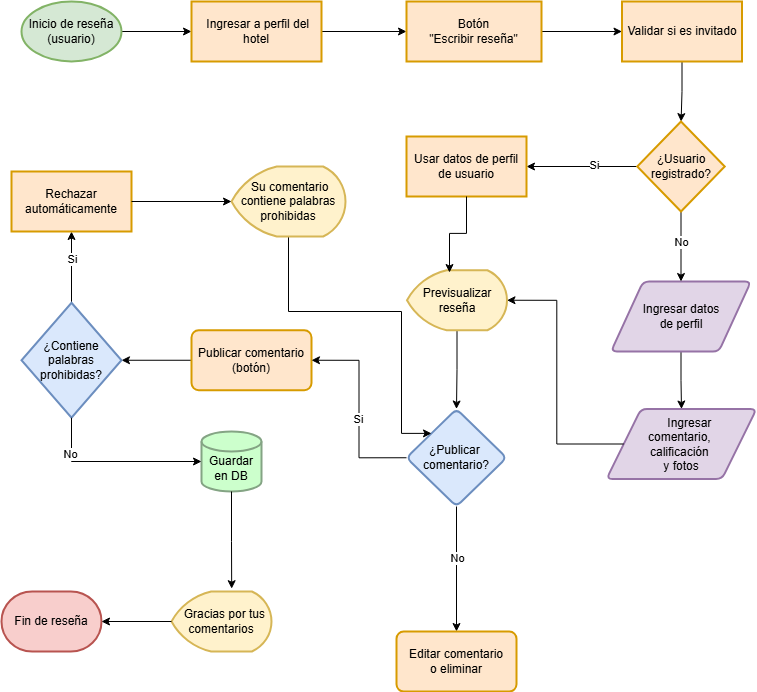
This is Flujograma de reseñas.png from DjGuetta/App-Hotel-Management, a draw.io export, as it was before one commit. Source tidied: cells renumbered, new cells last; positions are measured from the earlier drawing's top-left corner, leaving out a move shared by most shapes.
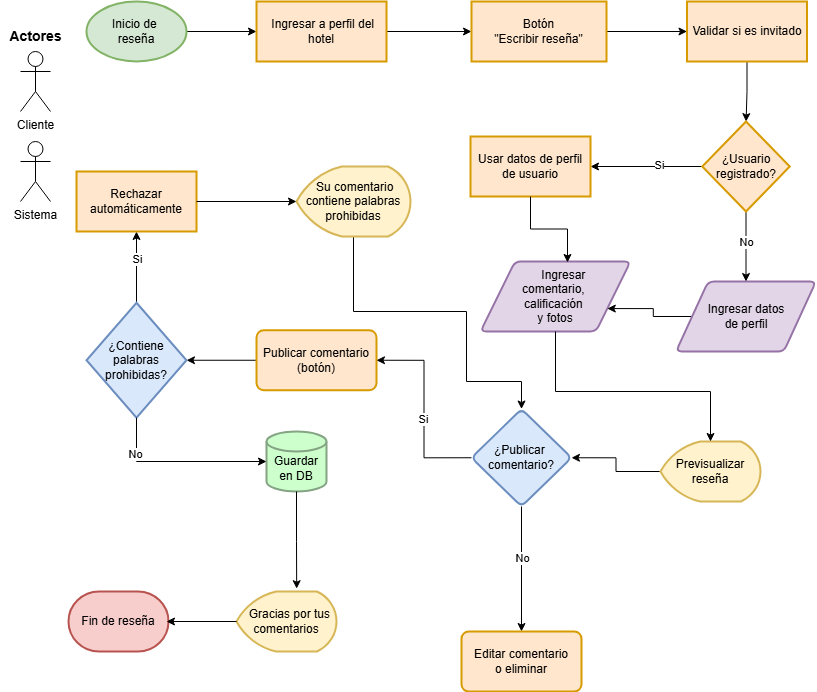
The same file after the commit.

Commit message:
Adicción de actores y corrección de errores con proceso posterior a datos de usuario

What changed in the source:
```diff
@@ -5,7 +5,7 @@
     <mxCell id="2" style="edgeStyle=orthogonalEdgeStyle;rounded=0;jettySize=auto;html=1;" parent="1" edge="1" source="3" target="5">
       <mxGeometry relative="1" as="geometry" />
     </mxCell>
-    <mxCell id="3" value="Inicio de reseña&lt;div&gt;(usuario)&lt;/div&gt;" style="strokeWidth=2;html=1;shape=mxgraph.flowchart.start_1;whiteSpace=wrap;fillColor=#d5e8d4;strokeColor=#82b366;" parent="1" vertex="1">
+    <mxCell id="3" value="Inicio de&amp;nbsp;&lt;div&gt;reseña&lt;/div&gt;" style="strokeWidth=2;html=1;shape=mxgraph.flowchart.start_1;whiteSpace=wrap;fillColor=#d5e8d4;strokeColor=#82b366;" parent="1" vertex="1">
       <mxGeometry x="20" width="100" height="60" as="geometry" />
     </mxCell>
     <mxCell id="4" style="edgeStyle=orthogonalEdgeStyle;rounded=0;jettySize=auto;html=1;" parent="1" edge="1" source="5" target="7">
@@ -21,9 +21,9 @@
       <mxGeometry x="405" width="135" height="60" as="geometry" />
     </mxCell>
     <mxCell id="8" value="&amp;nbsp; &amp;nbsp; &amp;nbsp; Ingresar&amp;nbsp;&lt;div&gt;comentario,&amp;nbsp;&lt;div&gt;&lt;span style=&quot;background-color: transparent; color: light-dark(rgb(0, 0, 0), rgb(255, 255, 255));&quot;&gt;calificación&amp;nbsp;&lt;/span&gt;&lt;/div&gt;&lt;div&gt;&lt;span style=&quot;background-color: transparent; color: light-dark(rgb(0, 0, 0), rgb(255, 255, 255));&quot;&gt;y fotos&lt;/span&gt;&lt;/div&gt;&lt;/div&gt;" style="shape=parallelogram;html=1;strokeWidth=2;perimeter=parallelogramPerimeter;whiteSpace=wrap;rounded=1;arcSize=12;size=0.23;fillColor=#e1d5e7;strokeColor=#9673a6;" parent="1" vertex="1">
-      <mxGeometry x="605" y="407.5" width="150" height="70" as="geometry" />
+      <mxGeometry x="414" y="260" width="150" height="70" as="geometry" />
     </mxCell>
-    <mxCell id="9" style="edgeStyle=orthogonalEdgeStyle;rounded=0;jettySize=auto;html=1;" parent="1" edge="1" source="10" target="8">
+    <mxCell id="9" style="edgeStyle=orthogonalEdgeStyle;rounded=0;jettySize=auto;html=1;exitX=0;exitY=0.5;exitDx=0;exitDy=0;entryX=1;entryY=0.75;entryDx=0;entryDy=0;" parent="1" edge="1" source="10" target="8">
       <mxGeometry relative="1" as="geometry" />
     </mxCell>
     <mxCell id="10" value="&amp;nbsp;Ingresar datos&amp;nbsp;&lt;div&gt;de perfil&lt;br&gt;&lt;/div&gt;" style="shape=parallelogram;html=1;strokeWidth=2;perimeter=parallelogramPerimeter;whiteSpace=wrap;rounded=1;arcSize=12;size=0.23;fillColor=#e1d5e7;strokeColor=#9673a6;" parent="1" vertex="1">
@@ -57,20 +57,22 @@
     <mxCell id="18" value="Editar comentario&lt;div&gt;o eliminar&lt;/div&gt;" style="whiteSpace=wrap;html=1;strokeWidth=2;rounded=1;arcSize=12;fillColor=#ffe6cc;strokeColor=#d79b00;" parent="1" vertex="1">
       <mxGeometry x="395" y="630" width="120" height="60" as="geometry" />
     </mxCell>
-    <mxCell id="19" style="edgeStyle=orthogonalEdgeStyle;rounded=0;jettySize=auto;html=1;exitX=0.5;exitY=1;exitDx=0;exitDy=0;exitPerimeter=0;entryX=0.5;entryY=0;entryDx=0;entryDy=0;" parent="1" edge="1" source="20" target="17">
+    <mxCell id="19" style="edgeStyle=orthogonalEdgeStyle;rounded=0;jettySize=auto;html=1;exitX=0;exitY=0.5;exitDx=0;exitDy=0;exitPerimeter=0;entryX=1;entryY=0.5;entryDx=0;entryDy=0;" parent="1" edge="1" source="20" target="17">
       <mxGeometry relative="1" as="geometry" />
     </mxCell>
     <mxCell id="20" value="Previsualizar&lt;div&gt;reseña&lt;/div&gt;" style="strokeWidth=2;html=1;shape=mxgraph.flowchart.display;whiteSpace=wrap;fillColor=#fff2cc;strokeColor=#d6b656;" parent="1" vertex="1">
-      <mxGeometry x="405.5" y="268.8" width="100" height="60" as="geometry" />
+      <mxGeometry x="594" y="440" width="100" height="60" as="geometry" />
     </mxCell>
     <mxCell id="21" value="&amp;nbsp; Gracias por tus comentarios" style="strokeWidth=2;html=1;shape=mxgraph.flowchart.display;whiteSpace=wrap;fillColor=#fff2cc;strokeColor=#d6b656;" parent="1" vertex="1">
       <mxGeometry x="170" y="590" width="100" height="60" as="geometry" />
     </mxCell>
     <mxCell id="22" value="Fin de reseña" style="strokeWidth=2;html=1;shape=mxgraph.flowchart.terminator;whiteSpace=wrap;fillColor=#f8cecc;strokeColor=#b85450;" parent="1" vertex="1">
-      <mxGeometry y="590" width="100" height="60" as="geometry" />
+      <mxGeometry x="2" y="590" width="100" height="60" as="geometry" />
     </mxCell>
-    <mxCell id="23" style="edgeStyle=orthogonalEdgeStyle;rounded=0;jettySize=auto;html=1;exitX=0;exitY=0.5;exitDx=0;exitDy=0;exitPerimeter=0;entryX=1;entryY=0.5;entryDx=0;entryDy=0;entryPerimeter=0;" parent="1" edge="1" source="21" target="22">
-      <mxGeometry relative="1" as="geometry" />
+    <mxCell id="23" style="edgeStyle=orthogonalEdgeStyle;rounded=0;jettySize=auto;html=1;exitX=0;exitY=0.5;exitDx=0;exitDy=0;exitPerimeter=0;entryX=1;entryY=0.5;entryDx=0;entryDy=0;entryPerimeter=0;" parent="1" edge="1" source="21">
+      <mxGeometry relative="1" as="geometry">
+        <mxPoint x="100" y="620" as="targetPoint" />
+      </mxGeometry>
     </mxCell>
     <mxCell id="24" value="&lt;div&gt;&lt;br&gt;&lt;/div&gt;Guardar&lt;div&gt;en DB&lt;/div&gt;" style="strokeWidth=2;html=1;shape=mxgraph.flowchart.database;whiteSpace=wrap;fillColor=#CCFFCC;strokeColor=#84A484;" parent="1" vertex="1">
       <mxGeometry x="200" y="430" width="60" height="60" as="geometry" />
@@ -97,12 +99,13 @@
     <mxCell id="30" value="Rechazar automáticamente" style="whiteSpace=wrap;html=1;fillColor=#ffe6cc;strokeColor=#d79b00;strokeWidth=2;" parent="1" vertex="1">
       <mxGeometry x="10" y="170" width="120" height="60" as="geometry" />
     </mxCell>
-    <mxCell id="31" style="edgeStyle=orthogonalEdgeStyle;rounded=0;jettySize=auto;html=1;exitX=0.5;exitY=1;exitDx=0;exitDy=0;exitPerimeter=0;entryX=0;entryY=0;entryDx=0;entryDy=0;" parent="1" edge="1" source="32" target="17">
+    <mxCell id="31" style="edgeStyle=orthogonalEdgeStyle;rounded=0;jettySize=auto;html=1;exitX=0.5;exitY=1;exitDx=0;exitDy=0;exitPerimeter=0;entryX=0.5;entryY=0;entryDx=0;entryDy=0;" parent="1" edge="1" source="32" target="17">
       <mxGeometry relative="1" as="geometry">
         <Array as="points">
           <mxPoint x="287" y="310" />
           <mxPoint x="400" y="310" />
-          <mxPoint x="400" y="432" />
+          <mxPoint x="400" y="380" />
+          <mxPoint x="455" y="380" />
         </Array>
       </mxGeometry>
     </mxCell>
@@ -139,13 +142,27 @@
       <mxGeometry x="635.8" y="120" width="87.5" height="90" as="geometry" />
     </mxCell>
     <mxCell id="42" value="Usar datos de perfil&lt;div&gt;de usuario&lt;/div&gt;" style="whiteSpace=wrap;html=1;fillColor=#ffe6cc;strokeColor=#d79b00;strokeWidth=2;" parent="1" vertex="1">
-      <mxGeometry x="405" y="135" width="120" height="60" as="geometry" />
+      <mxGeometry x="404" y="135" width="120" height="60" as="geometry" />
     </mxCell>
-    <mxCell id="43" style="edgeStyle=orthogonalEdgeStyle;rounded=0;jettySize=auto;html=1;exitX=0.5;exitY=1;exitDx=0;exitDy=0;entryX=0.425;entryY=0.038;entryDx=0;entryDy=0;entryPerimeter=0;" parent="1" edge="1" source="42" target="20">
-      <mxGeometry relative="1" as="geometry" />
-    </mxCell>
-    <mxCell id="44" style="edgeStyle=orthogonalEdgeStyle;rounded=0;jettySize=auto;html=1;exitX=0;exitY=0.5;exitDx=0;exitDy=0;entryX=1;entryY=0.5;entryDx=0;entryDy=0;entryPerimeter=0;" parent="1" edge="1" source="8" target="20">
-      <mxGeometry relative="1" as="geometry" />
+    <mxCell id="44" style="edgeStyle=orthogonalEdgeStyle;rounded=0;jettySize=auto;html=1;exitX=0.5;exitY=1;exitDx=0;exitDy=0;entryX=0.5;entryY=0;entryDx=0;entryDy=0;entryPerimeter=0;" parent="1" edge="1" source="8" target="20">
+      <mxGeometry relative="1" as="geometry">
+        <Array as="points">
+          <mxPoint x="489" y="390" />
+          <mxPoint x="644" y="390" />
+        </Array>
+      </mxGeometry>
     </mxCell>
+    <mxCell id="45" value="Cliente" style="shape=umlActor;verticalLabelPosition=bottom;verticalAlign=top;html=1;" parent="1" vertex="1">
+      <mxGeometry x="-46" y="50" width="30" height="60" as="geometry" />
+    </mxCell>
+    <mxCell id="46" value="Sistema" style="shape=umlActor;verticalLabelPosition=bottom;verticalAlign=top;html=1;" parent="1" vertex="1">
+      <mxGeometry x="-46" y="140" width="30" height="60" as="geometry" />
+    </mxCell>
+    <mxCell id="47" value="Actores" style="text;html=1;align=center;verticalAlign=middle;strokeColor=none;fillColor=none;fontSize=14;fontStyle=1;" parent="1" vertex="1">
+      <mxGeometry x="-66" y="20" width="70" height="30" as="geometry" />
+    </mxCell>
+    <mxCell id="48" style="edgeStyle=orthogonalEdgeStyle;rounded=0;jettySize=auto;html=1;exitX=0.5;exitY=1;exitDx=0;exitDy=0;entryX=0.58;entryY=0.014;entryDx=0;entryDy=0;entryPerimeter=0;" parent="1" edge="1" source="42" target="8">
+      <mxGeometry relative="1" as="geometry" />
+    </mxCell>
   </root>
 </mxGraphModel>
```
